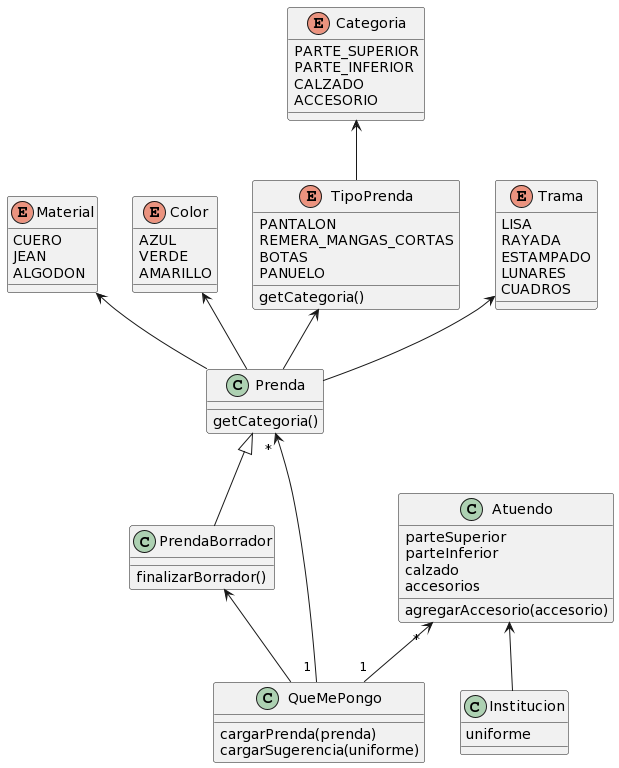
lrocampo/dds-ej-que-me-pongo keeps this PlantUML diagram as imagen-nuevo-diagrama.png. Above is the earlier version.
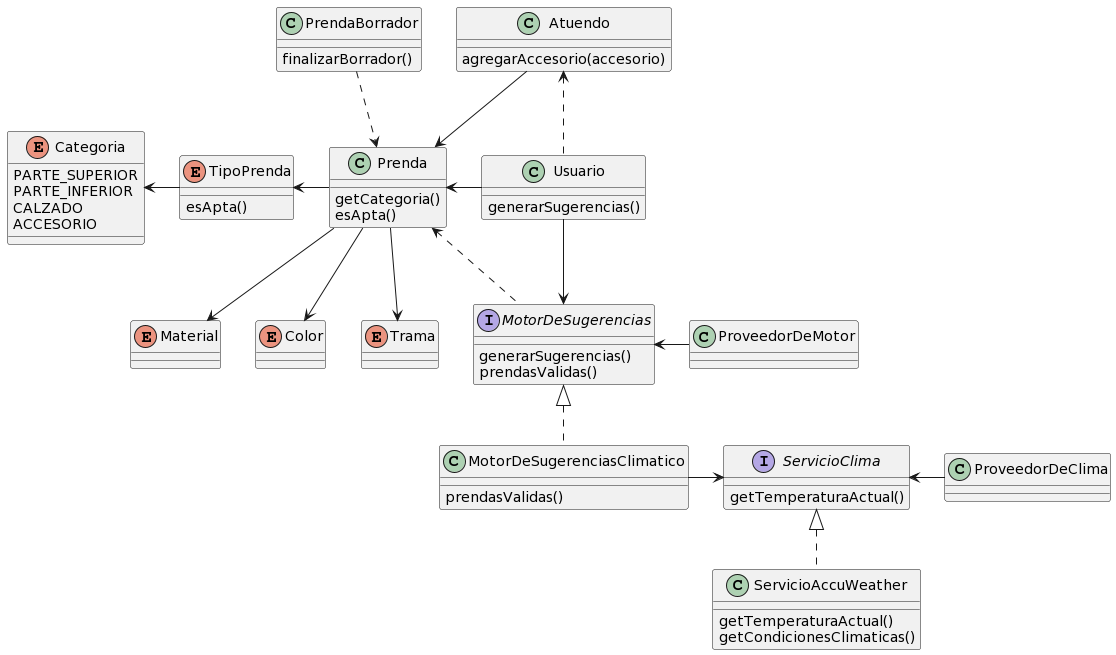
The same file after the commit.

Commit message:
diagramas actualizados

The edit, as a diff of the source:
```diff
@@ -1,31 +1,17 @@
 @startuml
 enum Material {
-    CUERO
-    JEAN
-    ALGODON
 }
 
 
 enum Color {
-    AZUL
-    VERDE
-    AMARILLO
+
 }
 
 enum TipoPrenda {
-  PANTALON
-  REMERA_MANGAS_CORTAS
-  BOTAS
-  PANUELO
- getCategoria()
+ esApta()
 }
 
 enum Trama {
- LISA
- RAYADA
- ESTAMPADO
- LUNARES
- CUADROS
 }
 
 enum Categoria {
@@ -37,36 +23,55 @@
 
 class Prenda {
  getCategoria()
+ esApta()
 }
 
-class PrendaBorrador extends Prenda{
+class Usuario {
+ generarSugerencias()
+}
+
+interface MotorDeSugerencias {
+ generarSugerencias()
+ prendasValidas()
+}
+
+class MotorDeSugerenciasClimatico {
+  prendasValidas()
+}
+
+class PrendaBorrador {
  finalizarBorrador()
 }
 
+interface ServicioClima {
+ getTemperaturaActual()
+}
+
+class ServicioAccuWeather {
+  getTemperaturaActual()
+  getCondicionesClimaticas()
+}
+
 class Atuendo {
- parteSuperior
- parteInferior
- calzado
- accesorios
+
  agregarAccesorio(accesorio)
 }
 
-class QueMePongo {
- cargarPrenda(prenda)
- cargarSugerencia(uniforme)
-}
 
-class Institucion {
- uniforme
-}
-
-TipoPrenda <-- Prenda
-Material <-- Prenda
-Color <-- Prenda
-Trama <-- Prenda
-Categoria <-- TipoPrenda
-Atuendo <-- Institucion
-PrendaBorrador <-- QueMePongo
-Prenda " * " <-- " 1 " QueMePongo
-Atuendo " * " <-- " 1 " QueMePongo
+TipoPrenda <- Prenda
+Atuendo --> Prenda
+Prenda --> Material
+Prenda --> Color
+Prenda <- Usuario
+Atuendo <.. Usuario
+Usuario --> MotorDeSugerencias
+Prenda <.. MotorDeSugerencias
+MotorDeSugerencias <|.. MotorDeSugerenciasClimatico
+ServicioClima <- ProveedorDeClima
+ServicioClima <|.. ServicioAccuWeather
+MotorDeSugerenciasClimatico -> ServicioClima
+MotorDeSugerencias <- ProveedorDeMotor
+Prenda --> Trama
+Categoria <- TipoPrenda
+PrendaBorrador ..> Prenda
 @enduml
```
